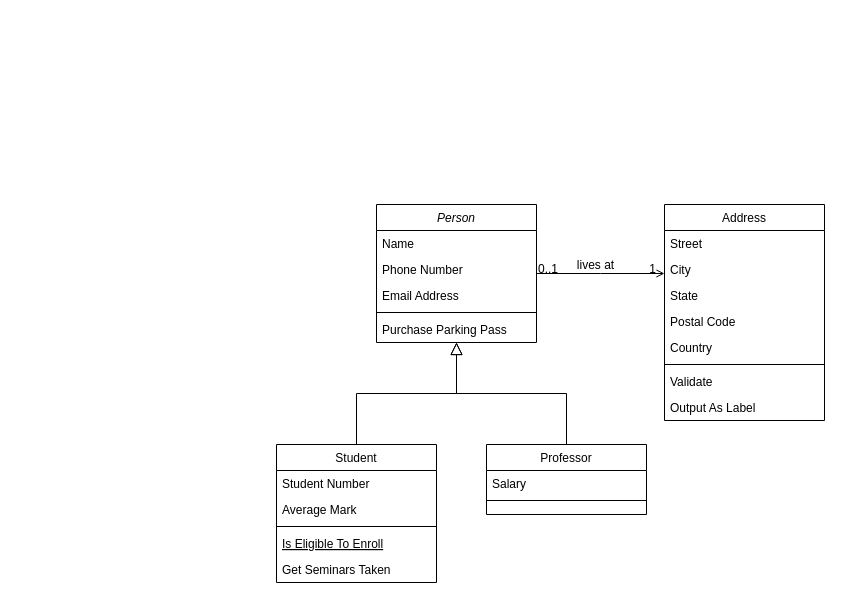
Earlier version of the draw.io diagram Untitled Diagram.drawio (EkaterinaNovik/test). Source tidied: cells renumbered, new cells numbered last; positions are measured from the earlier drawing's top-left corner, leaving out a move shared by most shapes. Both pictures are drawn from the tidied source at 100%, with x=0, y=0 at pixel (276, 204).
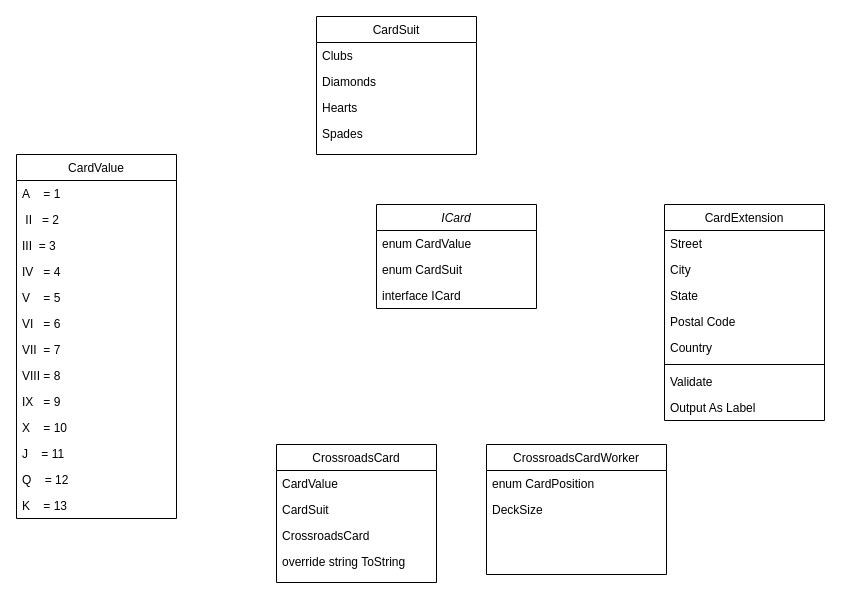
Above is the later version.

Diff of the diagram source:
```diff
@@
-    <mxCell id="2" value="Person" style="swimlane;fontStyle=2;align=center;verticalAlign=top;horizontal=1;startSize=26;rounded=0;shadow=0;strokeWidth=1;" parent="1" vertex="1">
-      <mxGeometry x="100" width="160" height="138" as="geometry" />
+    <mxCell id="2" value="ICard" style="swimlane;fontStyle=2;align=center;verticalAlign=top;horizontal=1;startSize=26;rounded=0;shadow=0;strokeWidth=1;" parent="1" vertex="1">
+      <mxGeometry x="100" width="160" height="104" as="geometry" />
     </mxCell>
-    <mxCell id="3" value="Name" style="text;align=left;verticalAlign=top;spacingLeft=4;spacingRight=4;overflow=hidden;" parent="2" vertex="1">
+    <mxCell id="3" value="enum CardValue" style="text;align=left;verticalAlign=top;spacingLeft=4;spacingRight=4;overflow=hidden;" parent="2" vertex="1">
       <mxGeometry y="26" width="160" height="26" as="geometry" />
     </mxCell>
-    <mxCell id="4" value="Phone Number" style="text;align=left;verticalAlign=top;spacingLeft=4;spacingRight=4;overflow=hidden;rounded=0;shadow=0;html=0;" parent="2" vertex="1">
+    <mxCell id="4" value="enum CardSuit" style="text;align=left;verticalAlign=top;spacingLeft=4;spacingRight=4;overflow=hidden;rounded=0;shadow=0;html=0;" parent="2" vertex="1">
       <mxGeometry y="52" width="160" height="26" as="geometry" />
     </mxCell>
-    <mxCell id="5" value="Email Address" style="text;align=left;verticalAlign=top;spacingLeft=4;spacingRight=4;overflow=hidden;rounded=0;shadow=0;html=0;" parent="2" vertex="1">
+    <mxCell id="5" value="interface ICard" style="text;align=left;verticalAlign=top;spacingLeft=4;spacingRight=4;overflow=hidden;rounded=0;shadow=0;html=0;" parent="2" vertex="1">
       <mxGeometry y="78" width="160" height="26" as="geometry" />
     </mxCell>
-    <mxCell id="6" style="line;html=1;strokeWidth=1;align=left;verticalAlign=middle;spacingTop=-1;spacingLeft=3;spacingRight=3;labelPosition=right;" parent="2" vertex="1">
-      <mxGeometry y="104" width="160" height="8" as="geometry" />
-    </mxCell>
-    <mxCell id="7" value="Purchase Parking Pass" style="text;align=left;verticalAlign=top;spacingLeft=4;spacingRight=4;overflow=hidden;" parent="2" vertex="1">
-      <mxGeometry y="112" width="160" height="26" as="geometry" />
-    </mxCell>
-    <mxCell id="8" value="Student" style="swimlane;fontStyle=0;align=center;verticalAlign=top;horizontal=1;startSize=26;rounded=0;shadow=0;strokeWidth=1;" parent="1" vertex="1">
+    <mxCell id="8" value="CrossroadsCard" style="swimlane;fontStyle=0;align=center;verticalAlign=top;horizontal=1;startSize=26;rounded=0;shadow=0;strokeWidth=1;" parent="1" vertex="1">
       <mxGeometry y="240" width="160" height="138" as="geometry" />
     </mxCell>
-    <mxCell id="9" value="Student Number" style="text;align=left;verticalAlign=top;spacingLeft=4;spacingRight=4;overflow=hidden;" parent="8" vertex="1">
+    <mxCell id="9" value="CardValue" style="text;align=left;verticalAlign=top;spacingLeft=4;spacingRight=4;overflow=hidden;" parent="8" vertex="1">
       <mxGeometry y="26" width="160" height="26" as="geometry" />
     </mxCell>
-    <mxCell id="10" value="Average Mark" style="text;align=left;verticalAlign=top;spacingLeft=4;spacingRight=4;overflow=hidden;rounded=0;shadow=0;html=0;" parent="8" vertex="1">
+    <mxCell id="10" value="CardSuit" style="text;align=left;verticalAlign=top;spacingLeft=4;spacingRight=4;overflow=hidden;rounded=0;shadow=0;html=0;" parent="8" vertex="1">
       <mxGeometry y="52" width="160" height="26" as="geometry" />
     </mxCell>
-    <mxCell id="11" style="line;html=1;strokeWidth=1;align=left;verticalAlign=middle;spacingTop=-1;spacingLeft=3;spacingRight=3;labelPosition=right;" parent="8" vertex="1">
-      <mxGeometry y="78" width="160" height="8" as="geometry" />
-    </mxCell>
-    <mxCell id="12" value="Is Eligible To Enroll" style="text;align=left;verticalAlign=top;spacingLeft=4;spacingRight=4;overflow=hidden;fontStyle=4;" parent="8" vertex="1">
-      <mxGeometry y="86" width="160" height="26" as="geometry" />
+    <mxCell id="12" value="CrossroadsCard" style="text;align=left;verticalAlign=top;spacingLeft=4;spacingRight=4;overflow=hidden;fontStyle=0;fontColor=default;" parent="8" vertex="1">
+      <mxGeometry y="78" width="160" height="26" as="geometry" />
     </mxCell>
-    <mxCell id="13" value="Get Seminars Taken" style="text;align=left;verticalAlign=top;spacingLeft=4;spacingRight=4;overflow=hidden;" parent="8" vertex="1">
-      <mxGeometry y="112" width="160" height="26" as="geometry" />
+    <mxCell id="13" value="override string ToString" style="text;align=left;verticalAlign=top;spacingLeft=4;spacingRight=4;overflow=hidden;" parent="8" vertex="1">
+      <mxGeometry y="104" width="160" height="26" as="geometry" />
     </mxCell>
-    <mxCell id="14" style="endArrow=block;endSize=10;endFill=0;shadow=0;strokeWidth=1;rounded=0;edgeStyle=elbowEdgeStyle;elbow=vertical;" parent="1" edge="1" source="8" target="2">
-      <mxGeometry relative="1" as="geometry" />
-    </mxCell>
-    <mxCell id="15" value="Professor" style="swimlane;fontStyle=0;align=center;verticalAlign=top;horizontal=1;startSize=26;rounded=0;shadow=0;strokeWidth=1;" parent="1" vertex="1">
-      <mxGeometry x="210" y="240" width="160" height="70" as="geometry" />
+    <mxCell id="15" value="CrossroadsCardWorker" style="swimlane;fontStyle=0;align=center;verticalAlign=top;horizontal=1;startSize=26;rounded=0;shadow=0;strokeWidth=1;" parent="1" vertex="1">
+      <mxGeometry x="210" y="240" width="180" height="130" as="geometry" />
     </mxCell>
-    <mxCell id="16" value="Salary" style="text;align=left;verticalAlign=top;spacingLeft=4;spacingRight=4;overflow=hidden;" parent="15" vertex="1">
-      <mxGeometry y="26" width="160" height="26" as="geometry" />
+    <mxCell id="16" value="enum CardPosition" style="text;align=left;verticalAlign=top;spacingLeft=4;spacingRight=4;overflow=hidden;" parent="15" vertex="1">
+      <mxGeometry y="26" width="180" height="26" as="geometry" />
     </mxCell>
-    <mxCell id="17" style="line;html=1;strokeWidth=1;align=left;verticalAlign=middle;spacingTop=-1;spacingLeft=3;spacingRight=3;labelPosition=right;" parent="15" vertex="1">
-      <mxGeometry y="52" width="160" height="8" as="geometry" />
-    </mxCell>
-    <mxCell id="18" style="endArrow=block;endSize=10;endFill=0;shadow=0;strokeWidth=1;rounded=0;edgeStyle=elbowEdgeStyle;elbow=vertical;" parent="1" edge="1" source="15" target="2">
-      <mxGeometry relative="1" as="geometry" />
-    </mxCell>
+    <mxCell id="32" value="DeckSize" style="text;align=left;verticalAlign=top;spacingLeft=4;spacingRight=4;overflow=hidden;" parent="15" vertex="1">
+      <mxGeometry y="52" width="180" height="26" as="geometry" />
+    </mxCell>
-    <mxCell id="19" value="Address" style="swimlane;fontStyle=0;align=center;verticalAlign=top;horizontal=1;startSize=26;rounded=0;shadow=0;strokeWidth=1;" parent="1" vertex="1">
+    <mxCell id="19" value="CardExtension" style="swimlane;fontStyle=0;align=center;verticalAlign=top;horizontal=1;startSize=26;rounded=0;shadow=0;strokeWidth=1;" parent="1" vertex="1">
       <mxGeometry x="388" width="160" height="216" as="geometry" />
     </mxCell>
@@
-    <mxCell id="28" style="endArrow=open;shadow=0;strokeWidth=1;rounded=0;endFill=1;edgeStyle=elbowEdgeStyle;elbow=vertical;" parent="1" edge="1" source="2" target="19">
-      <mxGeometry x="0.5" y="41" relative="1" as="geometry">
-        <mxPoint x="-40" y="32" as="offset" />
-      </mxGeometry>
-    </mxCell>
-    <mxCell id="29" value="0..1" style="align=left;verticalAlign=bottom;labelBackgroundColor=none;fontSize=12;" parent="28" vertex="1">
-      <mxGeometry x="-1" relative="1" as="geometry">
-        <mxPoint y="4" as="offset" />
-      </mxGeometry>
-    </mxCell>
-    <mxCell id="30" value="1" style="align=right;verticalAlign=bottom;labelBackgroundColor=none;fontSize=12;" parent="28" vertex="1">
-      <mxGeometry x="1" relative="1" as="geometry">
-        <mxPoint x="-7" y="4" as="offset" />
-      </mxGeometry>
-    </mxCell>
-    <mxCell id="31" value="lives at" style="text;html=1;align=center;verticalAlign=middle;labelBackgroundColor=none;rounded=0;shadow=0;strokeWidth=1;fontSize=12;" parent="28" vertex="1">
-      <mxGeometry x="0.5" y="49" relative="1" as="geometry">
-        <mxPoint x="-38" y="40" as="offset" />
-      </mxGeometry>
-    </mxCell>
+    <mxCell id="33" value="CardValue" style="swimlane;fontStyle=0;align=center;verticalAlign=top;horizontal=1;startSize=26;rounded=0;shadow=0;strokeWidth=1;" parent="1" vertex="1">
+      <mxGeometry x="-260" y="-50" width="160" height="364" as="geometry" />
+    </mxCell>
+    <mxCell id="34" value="A    = 1" style="text;align=left;verticalAlign=top;spacingLeft=4;spacingRight=4;overflow=hidden;" parent="33" vertex="1">
+      <mxGeometry y="26" width="160" height="26" as="geometry" />
+    </mxCell>
+    <mxCell id="35" value=" II   = 2" style="text;align=left;verticalAlign=top;spacingLeft=4;spacingRight=4;overflow=hidden;rounded=0;shadow=0;html=0;" parent="33" vertex="1">
+      <mxGeometry y="52" width="160" height="26" as="geometry" />
+    </mxCell>
+    <mxCell id="36" value="III  = 3" style="text;align=left;verticalAlign=top;spacingLeft=4;spacingRight=4;overflow=hidden;rounded=0;shadow=0;html=0;" parent="33" vertex="1">
+      <mxGeometry y="78" width="160" height="26" as="geometry" />
+    </mxCell>
+    <mxCell id="37" value="IV   = 4" style="text;align=left;verticalAlign=top;spacingLeft=4;spacingRight=4;overflow=hidden;rounded=0;shadow=0;html=0;" parent="33" vertex="1">
+      <mxGeometry y="104" width="160" height="26" as="geometry" />
+    </mxCell>
+    <mxCell id="38" value="V    = 5" style="text;align=left;verticalAlign=top;spacingLeft=4;spacingRight=4;overflow=hidden;rounded=0;shadow=0;html=0;" parent="33" vertex="1">
+      <mxGeometry y="130" width="160" height="26" as="geometry" />
+    </mxCell>
+    <mxCell id="39" value="VI   = 6" style="text;align=left;verticalAlign=top;spacingLeft=4;spacingRight=4;overflow=hidden;" parent="33" vertex="1">
+      <mxGeometry y="156" width="160" height="26" as="geometry" />
+    </mxCell>
+    <mxCell id="40" value="VII  = 7" style="text;align=left;verticalAlign=top;spacingLeft=4;spacingRight=4;overflow=hidden;" parent="33" vertex="1">
+      <mxGeometry y="182" width="160" height="26" as="geometry" />
+    </mxCell>
+    <mxCell id="41" value="VIII = 8" style="text;align=left;verticalAlign=top;spacingLeft=4;spacingRight=4;overflow=hidden;" parent="33" vertex="1">
+      <mxGeometry y="208" width="160" height="26" as="geometry" />
+    </mxCell>
+    <mxCell id="42" value="IX   = 9" style="text;align=left;verticalAlign=top;spacingLeft=4;spacingRight=4;overflow=hidden;" parent="33" vertex="1">
+      <mxGeometry y="234" width="160" height="26" as="geometry" />
+    </mxCell>
+    <mxCell id="43" value="X    = 10" style="text;align=left;verticalAlign=top;spacingLeft=4;spacingRight=4;overflow=hidden;" parent="33" vertex="1">
+      <mxGeometry y="260" width="160" height="26" as="geometry" />
+    </mxCell>
+    <mxCell id="44" value="J    = 11" style="text;align=left;verticalAlign=top;spacingLeft=4;spacingRight=4;overflow=hidden;" parent="33" vertex="1">
+      <mxGeometry y="286" width="160" height="26" as="geometry" />
+    </mxCell>
+    <mxCell id="45" value="Q    = 12" style="text;align=left;verticalAlign=top;spacingLeft=4;spacingRight=4;overflow=hidden;" parent="33" vertex="1">
+      <mxGeometry y="312" width="160" height="26" as="geometry" />
+    </mxCell>
+    <mxCell id="46" value="K    = 13" style="text;align=left;verticalAlign=top;spacingLeft=4;spacingRight=4;overflow=hidden;" parent="33" vertex="1">
+      <mxGeometry y="338" width="160" height="26" as="geometry" />
+    </mxCell>
+    <mxCell id="47" value="CardSuit" style="swimlane;fontStyle=0;align=center;verticalAlign=top;horizontal=1;startSize=26;rounded=0;shadow=0;strokeWidth=1;" parent="1" vertex="1">
+      <mxGeometry x="40" y="-188" width="160" height="138" as="geometry" />
+    </mxCell>
+    <mxCell id="48" value="Clubs" style="text;align=left;verticalAlign=top;spacingLeft=4;spacingRight=4;overflow=hidden;" parent="47" vertex="1">
+      <mxGeometry y="26" width="160" height="26" as="geometry" />
+    </mxCell>
+    <mxCell id="49" value="Diamonds" style="text;align=left;verticalAlign=top;spacingLeft=4;spacingRight=4;overflow=hidden;rounded=0;shadow=0;html=0;" parent="47" vertex="1">
+      <mxGeometry y="52" width="160" height="26" as="geometry" />
+    </mxCell>
+    <mxCell id="50" value="Hearts" style="text;align=left;verticalAlign=top;spacingLeft=4;spacingRight=4;overflow=hidden;fontStyle=0;fontColor=default;" parent="47" vertex="1">
+      <mxGeometry y="78" width="160" height="26" as="geometry" />
+    </mxCell>
+    <mxCell id="51" value="Spades" style="text;align=left;verticalAlign=top;spacingLeft=4;spacingRight=4;overflow=hidden;" parent="47" vertex="1">
+      <mxGeometry y="104" width="160" height="26" as="geometry" />
+    </mxCell>
```
